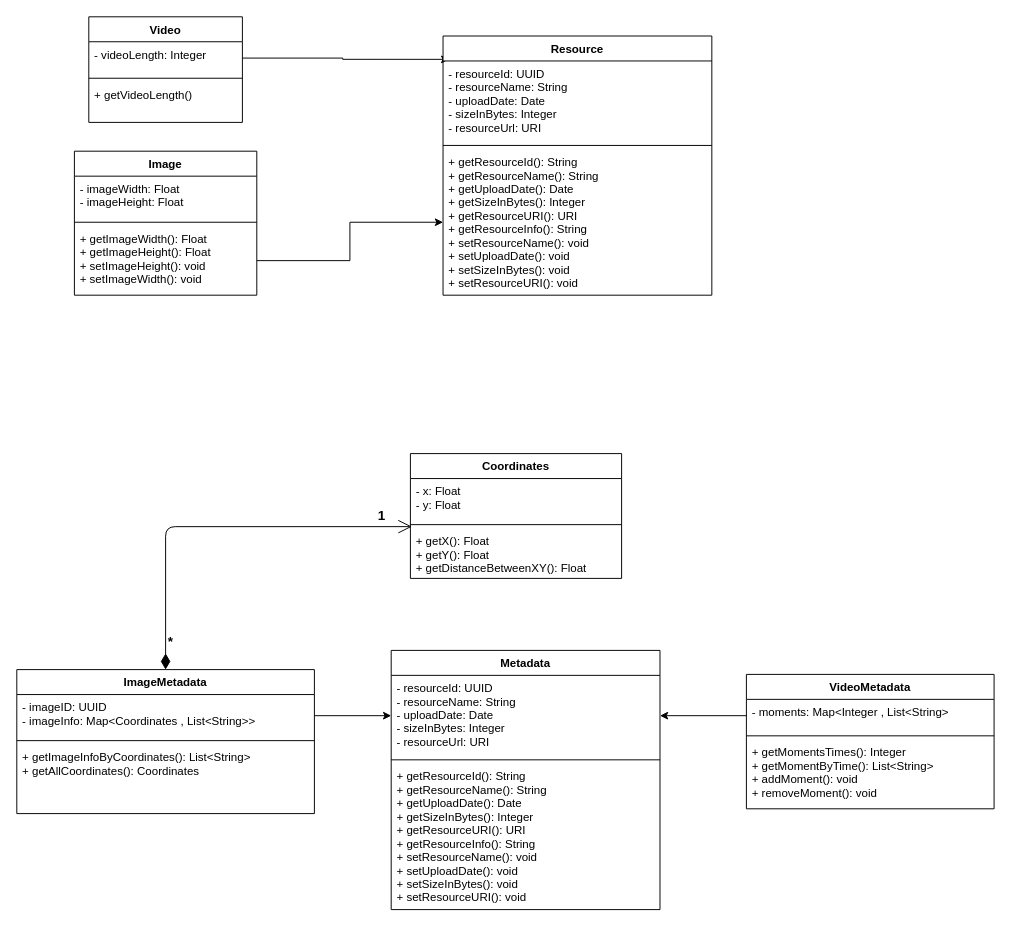
Before: Models/drawing/ClassDiagram.drawio in MrMoon/Vision, a draw.io diagram. Source tidied: cells renumbered, new cells numbered last; positions are measured from the earlier drawing's top-left corner, leaving out a move shared by most shapes. Both pictures are drawn from the tidied source at 96%, with x=0, y=0 at pixel (16, 16).
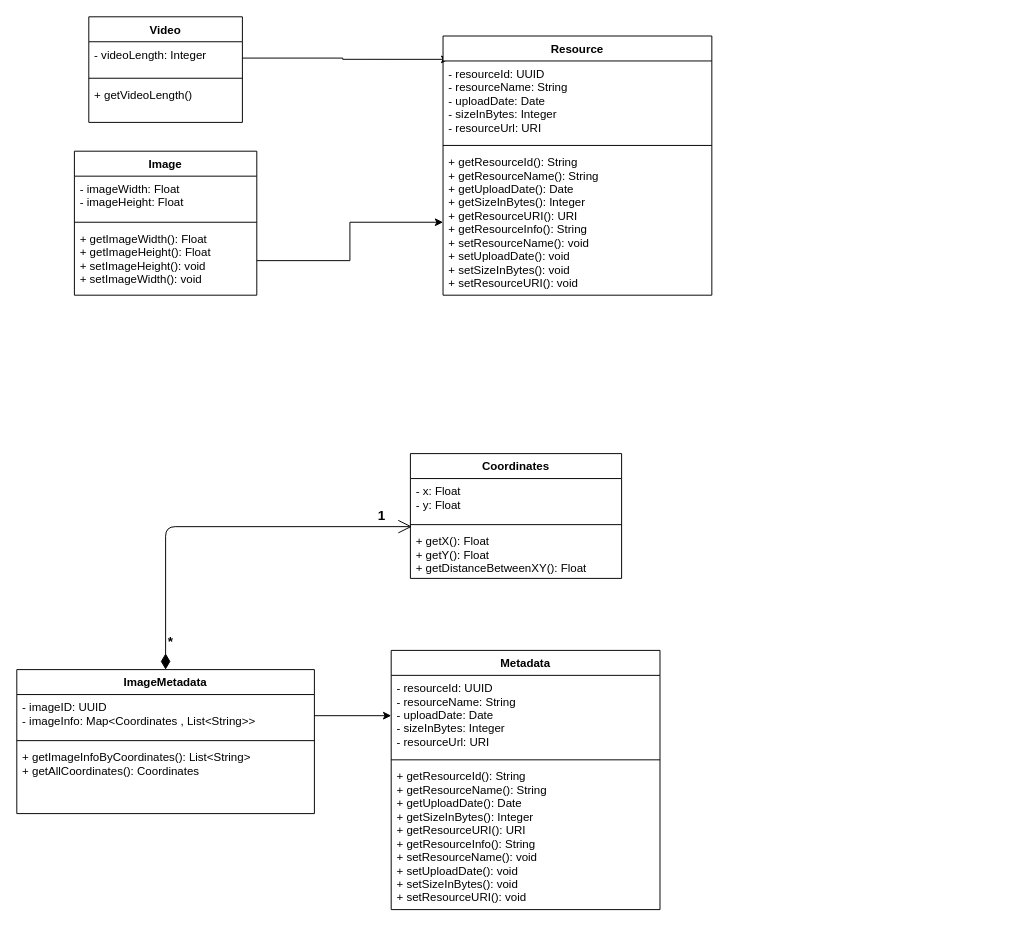
The same page after the edit.

Commit message:
remove video metadata

Unchanged cells that the change refers to:
```xml
<mxCell id="27" value="- resourceId: UUID&#10;- resourceName: String&#10;- uploadDate: Date&#10;- sizeInBytes: Integer&#10;- resourceUrl: URI" style="text;strokeColor=none;fillColor=none;align=left;verticalAlign=top;spacingLeft=4;spacingRight=4;overflow=hidden;points=[[0,0.5],[1,0.5]];portConstraint=eastwest;" parent="26" vertex="1">
  <mxGeometry y="26" width="280" height="84" as="geometry" />
</mxCell>
```

Diff of the diagram source:
```diff
@@
-    <mxCell id="21" style="edgeStyle=orthogonalEdgeStyle;rounded=0;jettySize=auto;html=1;exitX=0;exitY=0.5;exitDx=0;exitDy=0;entryX=1;entryY=0.5;entryDx=0;entryDy=0;" parent="1" edge="1" source="23" target="27">
-      <mxGeometry relative="1" as="geometry" />
-    </mxCell>
-    <mxCell id="22" value="VideoMetadata" style="swimlane;fontStyle=1;align=center;verticalAlign=top;horizontal=1;startSize=26;" parent="1" vertex="1">
-      <mxGeometry x="760" y="685" width="258" height="140" as="geometry" />
-    </mxCell>
-    <mxCell id="23" value="- moments: Map&lt;Integer , List&lt;String&gt;&#10;" style="text;strokeColor=none;fillColor=none;align=left;verticalAlign=top;spacingLeft=4;spacingRight=4;overflow=hidden;points=[[0,0.5],[1,0.5]];portConstraint=eastwest;" parent="22" vertex="1">
-      <mxGeometry y="26" width="258" height="34" as="geometry" />
-    </mxCell>
-    <mxCell id="24" style="line;strokeWidth=1;fillColor=none;align=left;verticalAlign=middle;spacingTop=-1;spacingLeft=3;spacingRight=3;labelPosition=right;" parent="22" vertex="1">
-      <mxGeometry y="60" width="258" height="8" as="geometry" />
-    </mxCell>
-    <mxCell id="25" value="+ getMomentsTimes(): Integer&#10;+ getMomentByTime(): List&lt;String&gt;&#10;+ addMoment(): void&#10;+ removeMoment(): void&#10;" style="text;strokeColor=none;fillColor=none;align=left;verticalAlign=top;spacingLeft=4;spacingRight=4;overflow=hidden;" parent="22" vertex="1">
-      <mxGeometry y="68" width="258" height="72" as="geometry" />
-    </mxCell>
```
